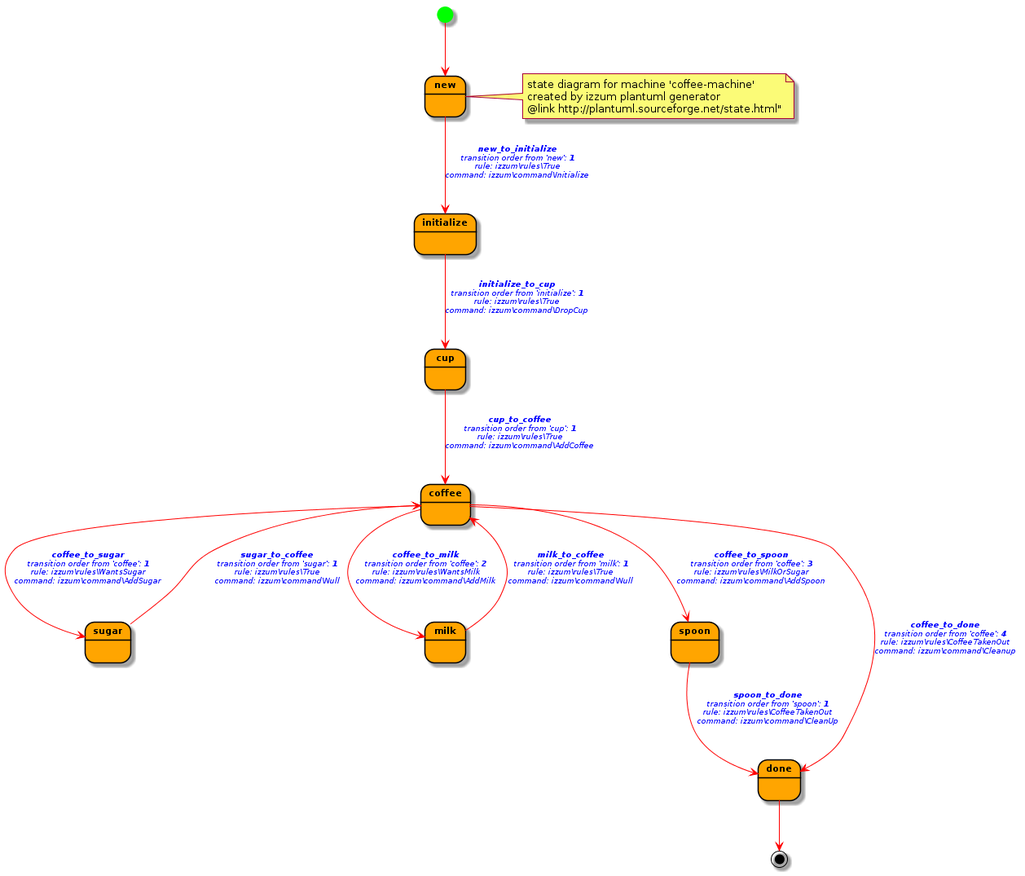
Above: assets/images/state-diagram-plantuml-coffee.png in rolfvreijdenberger/izzum-statemachine (PlantUML), before the change.
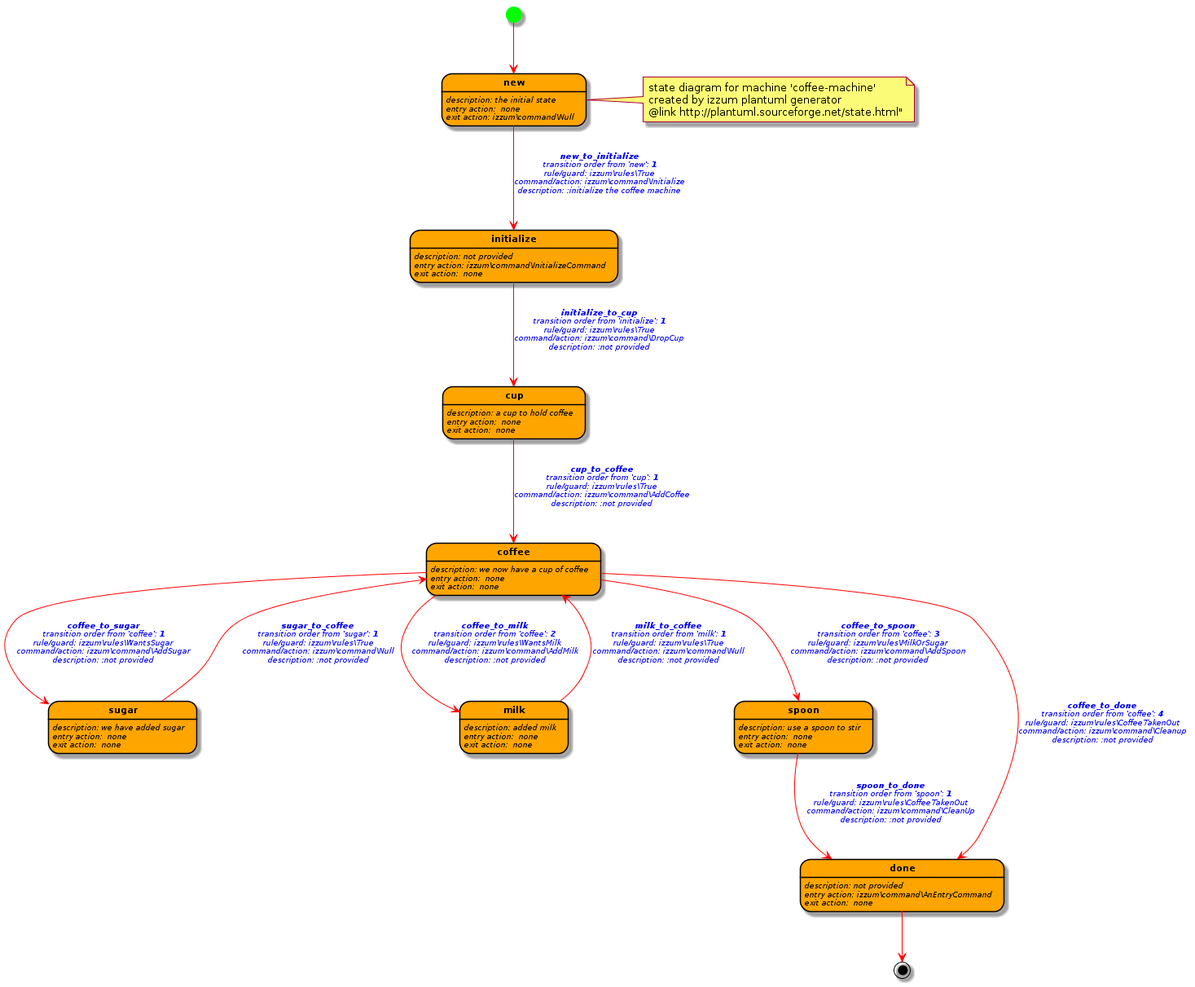
After the change.

The edit, as a diff of the source:
```diff
@@ -21,28 +21,52 @@
     FontStyle italic
 }
 state "new" as New
+New: description: the initial state
+New: entry action:  none
+New: exit action: izzum\command\Null
+state "initialize" as Initialize
+Initialize: description: not provided
+Initialize: entry action: izzum\command\InitializeCommand
+Initialize: exit action:  none
+New --> Initialize : <b><size:10>new_to_initialize</size></b>\ntransition order from 'new': <b>1</b>\nrule/guard: izzum\\rules\\True\ncommand/action: izzum\command\Initialize\ndescription: :initialize the coffee machine\n
+state "cup" as Cup
+Cup: description: a cup to hold coffee
+Cup: entry action:  none
+Cup: exit action:  none
+Initialize --> Cup : <b><size:10>initialize_to_cup</size></b>\ntransition order from 'initialize': <b>1</b>\nrule/guard: izzum\\rules\\True\ncommand/action: izzum\command\DropCup\ndescription: :not provided\n
+state "coffee" as Coffee
+Coffee: description: we now have a cup of coffee
+Coffee: entry action:  none
+Coffee: exit action:  none
+Cup --> Coffee : <b><size:10>cup_to_coffee</size></b>\ntransition order from 'cup': <b>1</b>\nrule/guard: izzum\\rules\\True\ncommand/action: izzum\command\AddCoffee\ndescription: :not provided\n
+state "sugar" as Sugar
+Sugar: description: we have added sugar
+Sugar: entry action:  none
+Sugar: exit action:  none
+Coffee --> Sugar : <b><size:10>coffee_to_sugar</size></b>\ntransition order from 'coffee': <b>1</b>\nrule/guard: izzum\\rules\\WantsSugar\ncommand/action: izzum\command\AddSugar\ndescription: :not provided\n
+Sugar --> Coffee : <b><size:10>sugar_to_coffee</size></b>\ntransition order from 'sugar': <b>1</b>\nrule/guard: izzum\\rules\\True\ncommand/action: izzum\command\Null\ndescription: :not provided\n
+state "milk" as Milk
+Milk: description: added milk
+Milk: entry action:  none
+Milk: exit action:  none
+Coffee --> Milk : <b><size:10>coffee_to_milk</size></b>\ntransition order from 'coffee': <b>2</b>\nrule/guard: izzum\\rules\\WantsMilk\ncommand/action: izzum\command\AddMilk\ndescription: :not provided\n
+Milk --> Coffee : <b><size:10>milk_to_coffee</size></b>\ntransition order from 'milk': <b>1</b>\nrule/guard: izzum\\rules\\True\ncommand/action: izzum\command\Null\ndescription: :not provided\n
+state "spoon" as Spoon
+Spoon: description: use a spoon to stir
+Spoon: entry action:  none
+Spoon: exit action:  none
+Coffee --> Spoon : <b><size:10>coffee_to_spoon</size></b>\ntransition order from 'coffee': <b>3</b>\nrule/guard: izzum\\rules\\MilkOrSugar\ncommand/action: izzum\command\AddSpoon\ndescription: :not provided\n
+state "done" as Done
+Done: description: not provided
+Done: entry action: izzum\command\AnEntryCommand
+Done: exit action:  none
+Coffee --> Done : <b><size:10>coffee_to_done</size></b>\ntransition order from 'coffee': <b>4</b>\nrule/guard: izzum\\rules\\CoffeeTakenOut\ncommand/action: izzum\command\Cleanup\ndescription: :not provided\n
+Spoon --> Done : <b><size:10>spoon_to_done</size></b>\ntransition order from 'spoon': <b>1</b>\nrule/guard: izzum\\rules\\CoffeeTakenOut\ncommand/action: izzum\command\CleanUp\ndescription: :not provided\n
 [*] --> New
 note right of New
 state diagram for machine 'coffee-machine'
 created by izzum plantuml generator
 @link http://plantuml.sourceforge.net/state.html"
 end note
-state "initialize" as Initialize
-New --> Initialize : <b><size:10>new_to_initialize</size></b>\ntransition order from 'new': <b>1</b>\nrule: izzum\rules\True\ncommand: izzum\command\Initialize\n
-state "cup" as Cup
-Initialize --> Cup : <b><size:10>initialize_to_cup</size></b>\ntransition order from 'initialize': <b>1</b>\nrule: izzum\rules\True\ncommand: izzum\command\DropCup\n
-state "coffee" as Coffee
-Cup --> Coffee : <b><size:10>cup_to_coffee</size></b>\ntransition order from 'cup': <b>1</b>\nrule: izzum\rules\True\ncommand: izzum\command\AddCoffee\n
-state "sugar" as Sugar
-Coffee --> Sugar : <b><size:10>coffee_to_sugar</size></b>\ntransition order from 'coffee': <b>1</b>\nrule: izzum\rules\WantsSugar\ncommand: izzum\command\AddSugar\n
-Sugar --> Coffee : <b><size:10>sugar_to_coffee</size></b>\ntransition order from 'sugar': <b>1</b>\nrule: izzum\rules\True\ncommand: izzum\command\Null\n
-state "milk" as Milk
-Coffee --> Milk : <b><size:10>coffee_to_milk</size></b>\ntransition order from 'coffee': <b>2</b>\nrule: izzum\rules\WantsMilk\ncommand: izzum\command\AddMilk\n
-Milk --> Coffee : <b><size:10>milk_to_coffee</size></b>\ntransition order from 'milk': <b>1</b>\nrule: izzum\rules\True\ncommand: izzum\command\Null\n
-state "spoon" as Spoon
-Coffee --> Spoon : <b><size:10>coffee_to_spoon</size></b>\ntransition order from 'coffee': <b>3</b>\nrule: izzum\rules\MilkOrSugar\ncommand: izzum\command\AddSpoon\n
-state "done" as Done
-Coffee --> Done : <b><size:10>coffee_to_done</size></b>\ntransition order from 'coffee': <b>4</b>\nrule: izzum\rules\CoffeeTakenOut\ncommand: izzum\command\Cleanup\n
-Spoon --> Done : <b><size:10>spoon_to_done</size></b>\ntransition order from 'spoon': <b>1</b>\nrule: izzum\rules\CoffeeTakenOut\ncommand: izzum\command\CleanUp\n
 Done --> [*]
 @enduml
```
